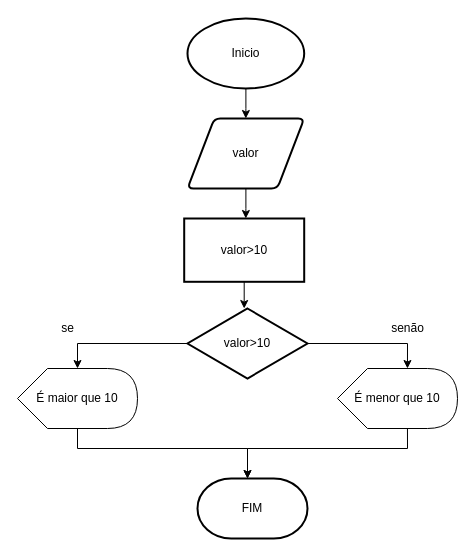
The draw.io diagram 2ATVquestão1.drawio in MarcosWPinheiroM/php, before the edit. Source tidied: cells renumbered, new cells numbered last; positions are measured from the earlier drawing's top-left corner, leaving out a move shared by most shapes. Both pictures are drawn from the tidied source at 100%, with x=0, y=0 at pixel (17, 18).
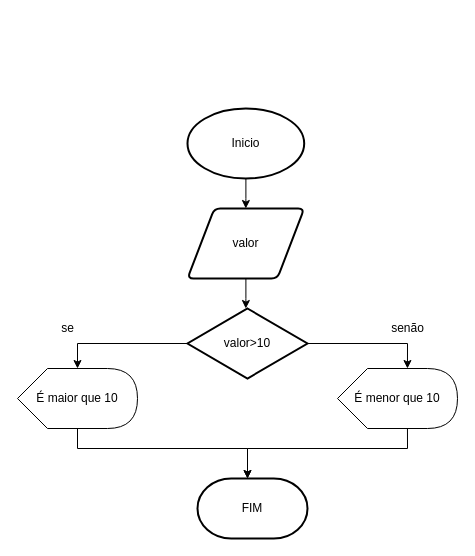
The same diagram, later.

The edit, as a diff of the source:
```diff
@@
     <mxCell id="2" style="edgeStyle=orthogonalEdgeStyle;rounded=0;jettySize=auto;html=1;" parent="1" edge="1" source="3">
       <mxGeometry relative="1" as="geometry">
-        <mxPoint x="228.3" y="100" as="targetPoint" />
+        <mxPoint x="228.3" y="190" as="targetPoint" />
       </mxGeometry>
     </mxCell>
     <mxCell id="3" value="Inicio" style="strokeWidth=2;html=1;shape=mxgraph.flowchart.start_1;whiteSpace=wrap;" parent="1" vertex="1">
-      <mxGeometry x="170" width="116.7" height="70" as="geometry" />
+      <mxGeometry x="170" y="90" width="116.7" height="70" as="geometry" />
     </mxCell>
     <mxCell id="4" style="edgeStyle=orthogonalEdgeStyle;rounded=0;jettySize=auto;html=1;" parent="1" edge="1" source="5">
       <mxGeometry relative="1" as="geometry">
-        <mxPoint x="228.3" y="200" as="targetPoint" />
+        <mxPoint x="228.3" y="290" as="targetPoint" />
       </mxGeometry>
     </mxCell>
     <mxCell id="5" value="valor" style="shape=parallelogram;html=1;strokeWidth=2;perimeter=parallelogramPerimeter;whiteSpace=wrap;rounded=1;arcSize=12;size=0.23;" parent="1" vertex="1">
-      <mxGeometry x="170" y="100" width="116.7" height="70" as="geometry" />
+      <mxGeometry x="170" y="190" width="116.7" height="70" as="geometry" />
     </mxCell>
-    <mxCell id="6" style="edgeStyle=orthogonalEdgeStyle;rounded=0;jettySize=auto;html=1;" parent="1" edge="1" source="7">
-      <mxGeometry relative="1" as="geometry">
-        <mxPoint x="226.7" y="290" as="targetPoint" />
-      </mxGeometry>
-    </mxCell>
-    <mxCell id="7" value="valor&amp;gt;10" style="rounded=0;whiteSpace=wrap;html=1;absoluteArcSize=1;arcSize=14;strokeWidth=2;" parent="1" vertex="1">
-      <mxGeometry x="166.7" y="200" width="120" height="63.3" as="geometry" />
-    </mxCell>
```
